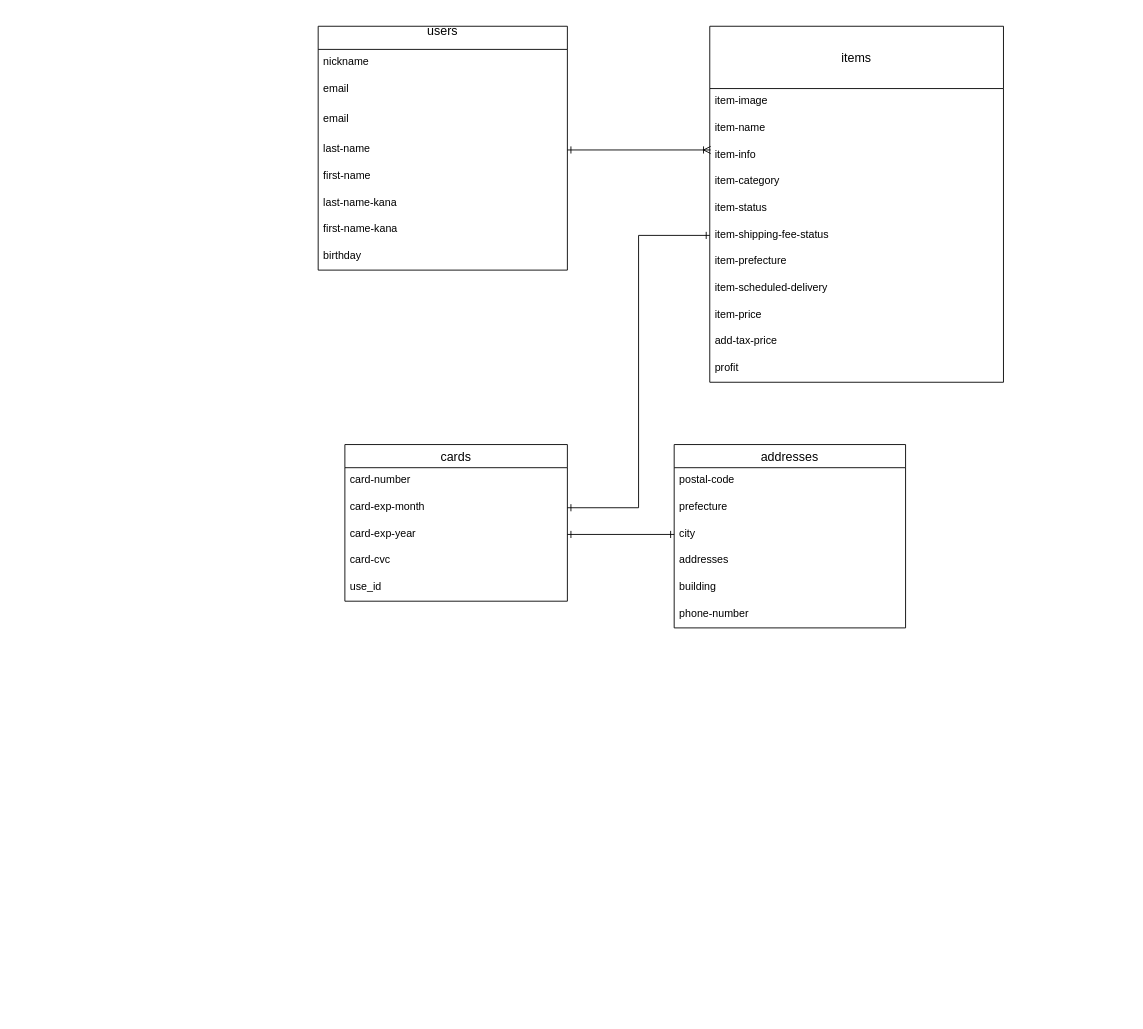
This is furima.dio from maiko-ambitage/furima-32997, a draw.io file, before an edit. Source tidied: cells renumbered, new cells numbered last; positions are measured from the earlier drawing's top-left corner, leaving out a move shared by most shapes. Both pictures are drawn from the tidied source at 89%, with x=0, y=0 at pixel (318, 26).
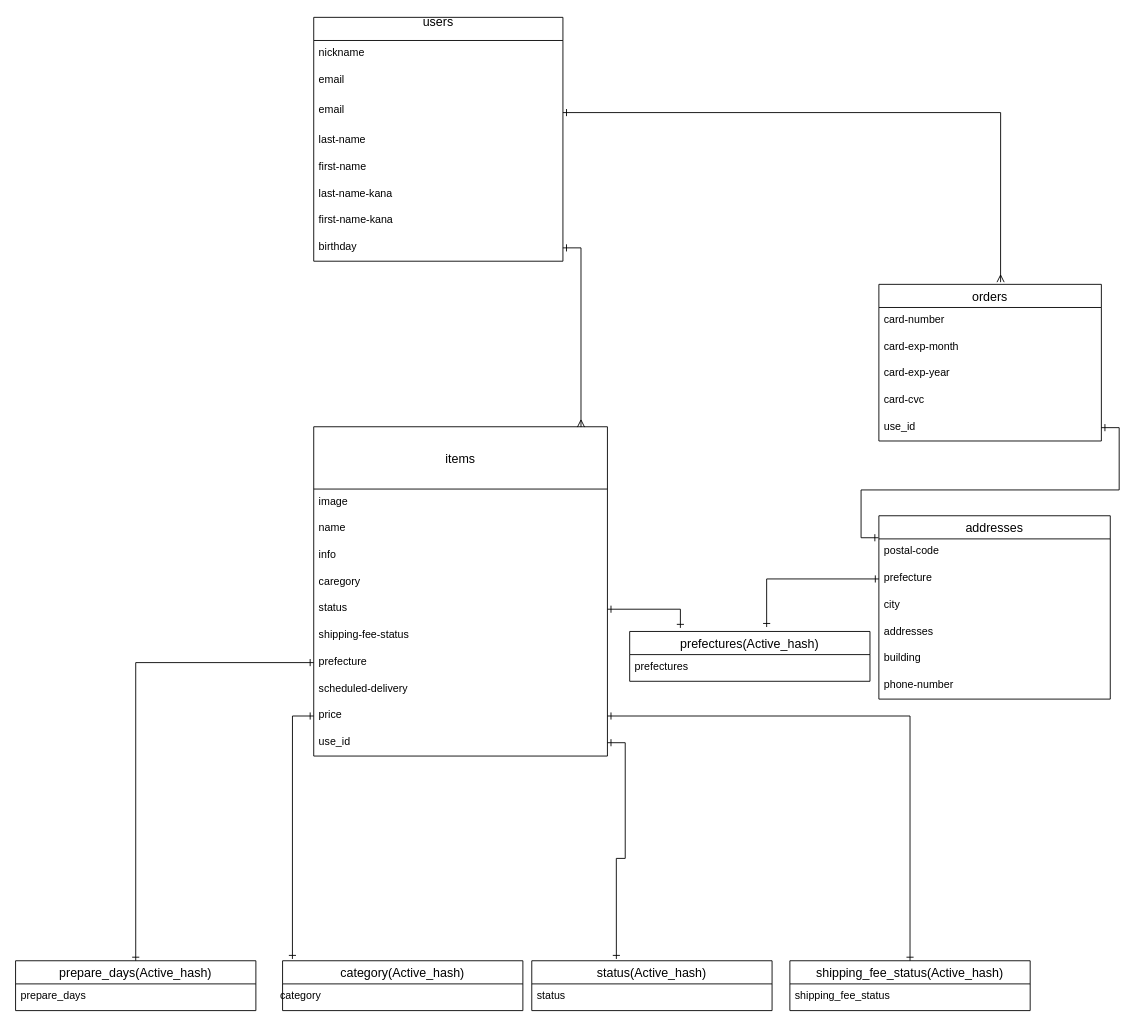
Above is the later version.

Commit message (it also covers changes not shown here):
データベース設計修正

Unchanged cells that the change refers to:
```xml
<mxCell id="5" value="email&#10;&#10;" style="text;strokeColor=none;fillColor=none;spacingLeft=4;spacingRight=4;overflow=hidden;points=[[0,0.5],[1,0.5]];portConstraint=eastwest;fontSize=12;" parent="2" vertex="1">
  <mxGeometry y="90" width="280" height="34" as="geometry" />
</mxCell>
<mxCell id="6" value="last-name" style="text;strokeColor=none;fillColor=none;spacingLeft=4;spacingRight=4;overflow=hidden;points=[[0,0.5],[1,0.5]];portConstraint=eastwest;fontSize=12;" parent="2" vertex="1">
  <mxGeometry y="124" width="280" height="30" as="geometry" />
</mxCell>
<mxCell id="10" value="birthday" style="text;strokeColor=none;fillColor=none;spacingLeft=4;spacingRight=4;overflow=hidden;points=[[0,0.5],[1,0.5]];portConstraint=eastwest;fontSize=12;" parent="2" vertex="1">
  <mxGeometry y="244" width="280" height="30" as="geometry" />
</mxCell>
<mxCell id="25" value="card-exp-month" style="text;strokeColor=none;fillColor=none;spacingLeft=4;spacingRight=4;overflow=hidden;points=[[0,0.5],[1,0.5]];portConstraint=eastwest;fontSize=12;" parent="23" vertex="1">
  <mxGeometry y="56" width="250" height="30" as="geometry" />
</mxCell>
<mxCell id="26" value="card-exp-year" style="text;strokeColor=none;fillColor=none;spacingLeft=4;spacingRight=4;overflow=hidden;points=[[0,0.5],[1,0.5]];portConstraint=eastwest;fontSize=12;" parent="23" vertex="1">
  <mxGeometry y="86" width="250" height="30" as="geometry" />
</mxCell>
<mxCell id="28" value="use_id" style="text;strokeColor=none;fillColor=none;spacingLeft=4;spacingRight=4;overflow=hidden;points=[[0,0.5],[1,0.5]];portConstraint=eastwest;fontSize=12;" parent="23" vertex="1">
  <mxGeometry y="146" width="250" height="30" as="geometry" />
</mxCell>
<mxCell id="30" value="postal-code" style="text;strokeColor=none;fillColor=none;spacingLeft=4;spacingRight=4;overflow=hidden;points=[[0,0.5],[1,0.5]];portConstraint=eastwest;fontSize=12;" parent="29" vertex="1">
  <mxGeometry y="26" width="260" height="30" as="geometry" />
</mxCell>
<mxCell id="31" value="prefecture" style="text;strokeColor=none;fillColor=none;spacingLeft=4;spacingRight=4;overflow=hidden;points=[[0,0.5],[1,0.5]];portConstraint=eastwest;fontSize=12;" parent="29" vertex="1">
  <mxGeometry y="56" width="260" height="30" as="geometry" />
</mxCell>
<mxCell id="32" value="city" style="text;strokeColor=none;fillColor=none;spacingLeft=4;spacingRight=4;overflow=hidden;points=[[0,0.5],[1,0.5]];portConstraint=eastwest;fontSize=12;" parent="29" vertex="1">
  <mxGeometry y="86" width="260" height="30" as="geometry" />
</mxCell>
```

Diff of the diagram source:
```diff
@@
     <mxCell id="2" value="users&#10;" style="swimlane;fontStyle=0;horizontal=1;startSize=26;align=center;fontSize=14;" parent="1" vertex="1">
-      <mxGeometry width="280" height="274" as="geometry" />
+      <mxGeometry x="-5" y="-10" width="280" height="274" as="geometry" />
     </mxCell>
@@
     <mxCell id="11" value="items" style="swimlane;fontStyle=0;horizontal=1;startSize=70;align=center;fontSize=14;" parent="1" vertex="1">
-      <mxGeometry x="440" width="330" height="400" as="geometry" />
+      <mxGeometry x="-5" y="450" width="330" height="370" as="geometry" />
     </mxCell>
-    <mxCell id="12" value="item-image" style="text;strokeColor=none;fillColor=none;spacingLeft=4;spacingRight=4;overflow=hidden;fontSize=12;" parent="11" vertex="1">
+    <mxCell id="12" value="image" style="text;strokeColor=none;fillColor=none;spacingLeft=4;spacingRight=4;overflow=hidden;fontSize=12;" parent="11" vertex="1">
       <mxGeometry y="70" width="330" height="30" as="geometry" />
     </mxCell>
-    <mxCell id="13" value="item-name" style="text;strokeColor=none;fillColor=none;spacingLeft=4;spacingRight=4;overflow=hidden;fontSize=12;" parent="11" vertex="1">
+    <mxCell id="13" value="name" style="text;strokeColor=none;fillColor=none;spacingLeft=4;spacingRight=4;overflow=hidden;fontSize=12;" parent="11" vertex="1">
       <mxGeometry y="100" width="330" height="30" as="geometry" />
     </mxCell>
-    <mxCell id="14" value="item-info" style="text;strokeColor=none;fillColor=none;spacingLeft=4;spacingRight=4;overflow=hidden;points=[[0,0.5],[1,0.5]];portConstraint=eastwest;fontSize=12;" parent="11" vertex="1">
+    <mxCell id="14" value="info" style="text;strokeColor=none;fillColor=none;spacingLeft=4;spacingRight=4;overflow=hidden;points=[[0,0.5],[1,0.5]];portConstraint=eastwest;fontSize=12;" parent="11" vertex="1">
       <mxGeometry y="130" width="330" height="30" as="geometry" />
     </mxCell>
-    <mxCell id="15" value="item-category" style="text;strokeColor=none;fillColor=none;spacingLeft=4;spacingRight=4;overflow=hidden;fontSize=12;" parent="11" vertex="1">
+    <mxCell id="15" value="caregory" style="text;strokeColor=none;fillColor=none;spacingLeft=4;spacingRight=4;overflow=hidden;fontSize=12;" parent="11" vertex="1">
       <mxGeometry y="160" width="330" height="30" as="geometry" />
     </mxCell>
-    <mxCell id="16" value="item-status" style="text;strokeColor=none;fillColor=none;spacingLeft=4;spacingRight=4;overflow=hidden;points=[[0,0.5],[1,0.5]];portConstraint=eastwest;fontSize=12;" parent="11" vertex="1">
+    <mxCell id="16" value="status" style="text;strokeColor=none;fillColor=none;spacingLeft=4;spacingRight=4;overflow=hidden;points=[[0,0.5],[1,0.5]];portConstraint=eastwest;fontSize=12;" parent="11" vertex="1">
       <mxGeometry y="190" width="330" height="30" as="geometry" />
     </mxCell>
-    <mxCell id="17" value="item-shipping-fee-status" style="text;strokeColor=none;fillColor=none;spacingLeft=4;spacingRight=4;overflow=hidden;points=[[0,0.5],[1,0.5]];portConstraint=eastwest;fontSize=12;" parent="11" vertex="1">
+    <mxCell id="17" value="shipping-fee-status" style="text;strokeColor=none;fillColor=none;spacingLeft=4;spacingRight=4;overflow=hidden;points=[[0,0.5],[1,0.5]];portConstraint=eastwest;fontSize=12;" parent="11" vertex="1">
       <mxGeometry y="220" width="330" height="30" as="geometry" />
     </mxCell>
-    <mxCell id="18" value="item-prefecture" style="text;strokeColor=none;fillColor=none;spacingLeft=4;spacingRight=4;overflow=hidden;points=[[0,0.5],[1,0.5]];portConstraint=eastwest;fontSize=12;" parent="11" vertex="1">
+    <mxCell id="18" value="prefecture" style="text;strokeColor=none;fillColor=none;spacingLeft=4;spacingRight=4;overflow=hidden;points=[[0,0.5],[1,0.5]];portConstraint=eastwest;fontSize=12;" parent="11" vertex="1">
       <mxGeometry y="250" width="330" height="30" as="geometry" />
     </mxCell>
-    <mxCell id="19" value="item-scheduled-delivery" style="text;strokeColor=none;fillColor=none;spacingLeft=4;spacingRight=4;overflow=hidden;points=[[0,0.5],[1,0.5]];portConstraint=eastwest;fontSize=12;" parent="11" vertex="1">
+    <mxCell id="19" value="scheduled-delivery" style="text;strokeColor=none;fillColor=none;spacingLeft=4;spacingRight=4;overflow=hidden;points=[[0,0.5],[1,0.5]];portConstraint=eastwest;fontSize=12;" parent="11" vertex="1">
       <mxGeometry y="280" width="330" height="30" as="geometry" />
     </mxCell>
-    <mxCell id="20" value="item-price" style="text;strokeColor=none;fillColor=none;spacingLeft=4;spacingRight=4;overflow=hidden;points=[[0,0.5],[1,0.5]];portConstraint=eastwest;fontSize=12;" parent="11" vertex="1">
+    <mxCell id="20" value="price" style="text;strokeColor=none;fillColor=none;spacingLeft=4;spacingRight=4;overflow=hidden;points=[[0,0.5],[1,0.5]];portConstraint=eastwest;fontSize=12;" parent="11" vertex="1">
       <mxGeometry y="310" width="330" height="30" as="geometry" />
     </mxCell>
-    <mxCell id="21" value="add-tax-price" style="text;strokeColor=none;fillColor=none;spacingLeft=4;spacingRight=4;overflow=hidden;fontSize=12;" parent="11" vertex="1">
-      <mxGeometry y="340" width="330" height="30" as="geometry" />
-    </mxCell>
-    <mxCell id="22" value="profit" style="text;strokeColor=none;fillColor=none;spacingLeft=4;spacingRight=4;overflow=hidden;fontSize=12;" parent="11" vertex="1">
-      <mxGeometry y="370" width="330" height="30" as="geometry" />
-    </mxCell>
+    <mxCell id="39" value="use_id" style="text;strokeColor=none;fillColor=none;spacingLeft=4;spacingRight=4;overflow=hidden;points=[[0,0.5],[1,0.5]];portConstraint=eastwest;fontSize=12;" parent="11" vertex="1">
+      <mxGeometry y="340" width="330" height="30" as="geometry" />
+    </mxCell>
+    <mxCell id="40" style="edgeStyle=orthogonalEdgeStyle;rounded=0;orthogonalLoop=1;jettySize=auto;html=1;exitX=1;exitY=0.5;exitDx=0;exitDy=0;startArrow=ERone;startFill=0;endArrow=ERone;endFill=0;" parent="11" edge="1" source="19" target="19">
+      <mxGeometry relative="1" as="geometry" />
+    </mxCell>
-    <mxCell id="23" value="cards" style="swimlane;fontStyle=0;horizontal=1;startSize=26;align=center;fontSize=14;" parent="1" vertex="1">
-      <mxGeometry x="30" y="470" width="250" height="176" as="geometry" />
+    <mxCell id="23" value="orders" style="swimlane;fontStyle=0;horizontal=1;startSize=26;align=center;fontSize=14;" parent="1" vertex="1">
+      <mxGeometry x="630" y="290" width="250" height="176" as="geometry" />
     </mxCell>
@@
     <mxCell id="29" value="addresses" style="swimlane;fontStyle=0;horizontal=1;startSize=26;align=center;fontSize=14;" parent="1" vertex="1">
-      <mxGeometry x="400" y="470" width="260" height="206" as="geometry" />
+      <mxGeometry x="630" y="550" width="260" height="206" as="geometry" />
     </mxCell>
@@
-    <mxCell id="36" style="edgeStyle=orthogonalEdgeStyle;rounded=0;jettySize=auto;html=1;exitX=1;exitY=0.5;exitDx=0;exitDy=0;entryX=0.003;entryY=0.3;entryDx=0;entryDy=0;entryPerimeter=0;startArrow=ERone;startFill=0;endArrow=ERoneToMany;endFill=0;" parent="1" edge="1" source="6" target="14">
-      <mxGeometry relative="1" as="geometry" />
-    </mxCell>
-    <mxCell id="37" style="edgeStyle=orthogonalEdgeStyle;rounded=0;jettySize=auto;html=1;exitX=1;exitY=0.5;exitDx=0;exitDy=0;entryX=0;entryY=0.5;entryDx=0;entryDy=0;startArrow=ERone;startFill=0;endArrow=ERone;endFill=0;" parent="1" edge="1" source="26" target="32">
-      <mxGeometry relative="1" as="geometry" />
-    </mxCell>
-    <mxCell id="38" style="edgeStyle=orthogonalEdgeStyle;rounded=0;jettySize=auto;html=1;exitX=0;exitY=0.5;exitDx=0;exitDy=0;entryX=1;entryY=0.5;entryDx=0;entryDy=0;startArrow=ERone;startFill=0;endArrow=ERone;endFill=0;" parent="1" edge="1" source="17" target="25">
-      <mxGeometry relative="1" as="geometry" />
-    </mxCell>
+    <mxCell id="41" value="prefectures(Active_hash)" style="swimlane;fontStyle=0;horizontal=1;startSize=26;align=center;fontSize=14;" parent="1" vertex="1">
+      <mxGeometry x="350" y="680" width="270" height="56" as="geometry" />
+    </mxCell>
+    <mxCell id="42" value="prefectures" style="text;strokeColor=none;fillColor=none;spacingLeft=4;spacingRight=4;overflow=hidden;fontSize=12;" parent="41" vertex="1">
+      <mxGeometry y="26" width="270" height="30" as="geometry" />
+    </mxCell>
+    <mxCell id="43" value="status(Active_hash)" style="swimlane;fontStyle=0;horizontal=1;startSize=26;align=center;fontSize=14;" parent="1" vertex="1">
+      <mxGeometry x="240" y="1050" width="270" height="56" as="geometry" />
+    </mxCell>
+    <mxCell id="44" value="status" style="text;strokeColor=none;fillColor=none;spacingLeft=4;spacingRight=4;overflow=hidden;fontSize=12;" parent="43" vertex="1">
+      <mxGeometry y="26" width="270" height="30" as="geometry" />
+    </mxCell>
+    <mxCell id="45" value="prepare_days(Active_hash)" style="swimlane;fontStyle=0;horizontal=1;startSize=26;align=center;fontSize=14;" parent="1" vertex="1">
+      <mxGeometry x="-340" y="1050" width="270" height="56" as="geometry" />
+    </mxCell>
+    <mxCell id="46" value="prepare_days" style="text;strokeColor=none;fillColor=none;spacingLeft=4;spacingRight=4;overflow=hidden;fontSize=12;" parent="45" vertex="1">
+      <mxGeometry y="26" width="270" height="30" as="geometry" />
+    </mxCell>
+    <mxCell id="47" value="shipping_fee_status(Active_hash)" style="swimlane;fontStyle=0;horizontal=1;startSize=26;align=center;fontSize=14;" parent="1" vertex="1">
+      <mxGeometry x="530" y="1050" width="270" height="56" as="geometry" />
+    </mxCell>
+    <mxCell id="48" value="shipping_fee_status" style="text;strokeColor=none;fillColor=none;spacingLeft=4;spacingRight=4;overflow=hidden;fontSize=12;" parent="47" vertex="1">
+      <mxGeometry y="26" width="270" height="30" as="geometry" />
+    </mxCell>
+    <mxCell id="49" value="category(Active_hash)" style="swimlane;fontStyle=0;horizontal=1;startSize=26;align=center;fontSize=14;" parent="1" vertex="1">
+      <mxGeometry x="-40" y="1050" width="270" height="56" as="geometry" />
+    </mxCell>
+    <mxCell id="50" value="category" style="text;html=1;align=center;verticalAlign=middle;" parent="1" vertex="1">
+      <mxGeometry x="-50" y="1080" width="60" height="20" as="geometry" />
+    </mxCell>
+    <mxCell id="51" style="edgeStyle=orthogonalEdgeStyle;rounded=0;jettySize=auto;html=1;exitX=1;exitY=0.5;exitDx=0;exitDy=0;entryX=0.211;entryY=-0.071;entryDx=0;entryDy=0;entryPerimeter=0;startArrow=ERone;startFill=0;endArrow=ERone;endFill=0;" parent="1" edge="1" source="16" target="41">
+      <mxGeometry relative="1" as="geometry" />
+    </mxCell>
+    <mxCell id="52" style="edgeStyle=orthogonalEdgeStyle;rounded=0;jettySize=auto;html=1;exitX=0;exitY=0.5;exitDx=0;exitDy=0;entryX=0.57;entryY=-0.089;entryDx=0;entryDy=0;entryPerimeter=0;startArrow=ERone;startFill=0;endArrow=ERone;endFill=0;" parent="1" edge="1" source="31" target="41">
+      <mxGeometry relative="1" as="geometry" />
+    </mxCell>
+    <mxCell id="53" style="edgeStyle=orthogonalEdgeStyle;rounded=0;jettySize=auto;html=1;exitX=0;exitY=0.5;exitDx=0;exitDy=0;entryX=0.041;entryY=-0.036;entryDx=0;entryDy=0;entryPerimeter=0;startArrow=ERone;startFill=0;endArrow=ERone;endFill=0;" parent="1" edge="1" source="20" target="49">
+      <mxGeometry relative="1" as="geometry">
+        <Array as="points">
+          <mxPoint x="-29" y="775" />
+        </Array>
+      </mxGeometry>
+    </mxCell>
+    <mxCell id="54" style="edgeStyle=orthogonalEdgeStyle;rounded=0;jettySize=auto;html=1;exitX=1;exitY=0.5;exitDx=0;exitDy=0;startArrow=ERone;startFill=0;endArrow=ERone;endFill=0;entryX=0.352;entryY=-0.036;entryDx=0;entryDy=0;entryPerimeter=0;" parent="1" edge="1" source="39" target="43">
+      <mxGeometry relative="1" as="geometry" />
+    </mxCell>
+    <mxCell id="55" style="edgeStyle=orthogonalEdgeStyle;rounded=0;jettySize=auto;html=1;exitX=1;exitY=0.5;exitDx=0;exitDy=0;entryX=0.5;entryY=0;entryDx=0;entryDy=0;startArrow=ERone;startFill=0;endArrow=ERone;endFill=0;" parent="1" edge="1" source="20" target="47">
+      <mxGeometry relative="1" as="geometry">
+        <Array as="points">
+          <mxPoint x="665" y="775" />
+        </Array>
+      </mxGeometry>
+    </mxCell>
+    <mxCell id="56" style="edgeStyle=orthogonalEdgeStyle;rounded=0;jettySize=auto;html=1;exitX=0;exitY=0.5;exitDx=0;exitDy=0;startArrow=ERone;startFill=0;endArrow=ERone;endFill=0;" parent="1" edge="1" source="18" target="45">
+      <mxGeometry relative="1" as="geometry" />
+    </mxCell>
+    <mxCell id="57" style="edgeStyle=orthogonalEdgeStyle;rounded=0;jettySize=auto;html=1;exitX=1;exitY=0.5;exitDx=0;exitDy=0;entryX=0.91;entryY=0.001;entryDx=0;entryDy=0;entryPerimeter=0;startArrow=ERone;startFill=0;endArrow=ERmany;endFill=0;" parent="1" edge="1" source="10" target="11">
+      <mxGeometry relative="1" as="geometry" />
+    </mxCell>
+    <mxCell id="58" style="edgeStyle=orthogonalEdgeStyle;rounded=0;jettySize=auto;html=1;exitX=1;exitY=0.5;exitDx=0;exitDy=0;entryX=0.547;entryY=-0.014;entryDx=0;entryDy=0;entryPerimeter=0;startArrow=ERone;startFill=0;endArrow=ERmany;endFill=0;" parent="1" edge="1" source="5" target="23">
+      <mxGeometry relative="1" as="geometry" />
+    </mxCell>
+    <mxCell id="59" style="edgeStyle=orthogonalEdgeStyle;rounded=0;jettySize=auto;html=1;entryX=-0.002;entryY=-0.043;entryDx=0;entryDy=0;entryPerimeter=0;startArrow=ERone;startFill=0;endArrow=ERone;endFill=0;" parent="1" edge="1" source="28" target="30">
+      <mxGeometry relative="1" as="geometry" />
+    </mxCell>
```
